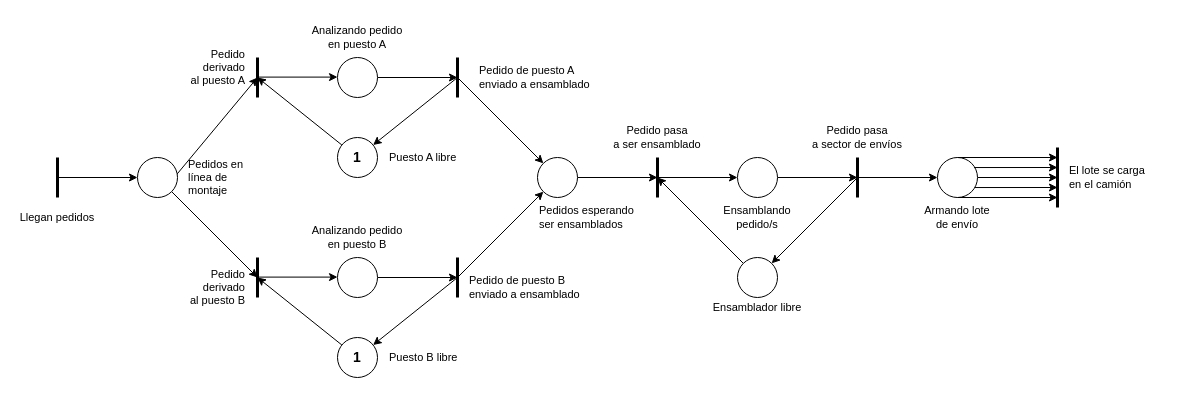
The draw.io diagram RP_9.drawio in mvalleym/ing_software1, before the edit. Source tidied: cells renumbered, new cells numbered last; positions are measured from the earlier drawing's top-left corner, leaving out a move shared by most shapes. Both pictures are drawn from the tidied source at 100%, with x=0, y=0 at pixel (17, 17).
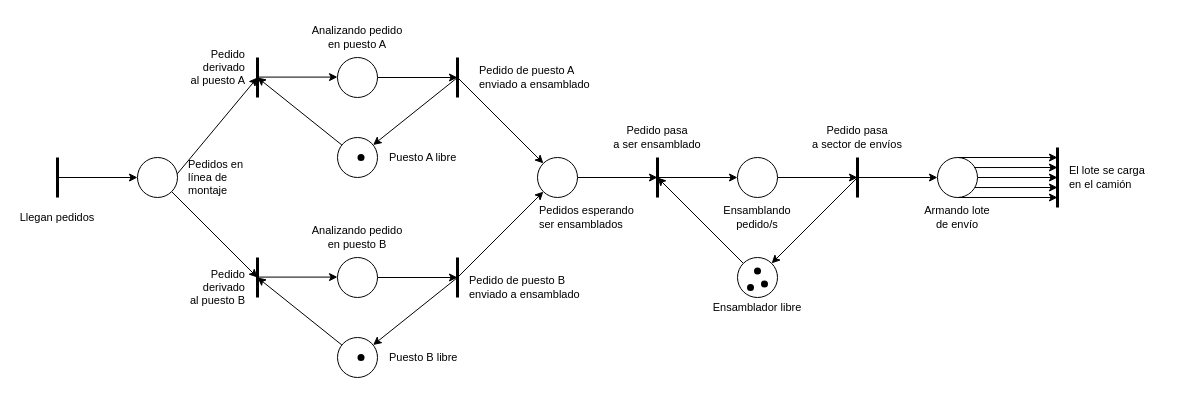
The same diagram, later.

The edit, as a diff of the source:
```diff
@@
-    <mxCell id="52" value="&lt;div align=&quot;center&quot;&gt;1&lt;/div&gt;" style="text;html=1;strokeColor=none;fillColor=none;align=center;verticalAlign=middle;whiteSpace=wrap;rounded=0;fontSize=14;fontStyle=1;" parent="1" vertex="1">
-      <mxGeometry x="320" y="320" width="40" height="40" as="geometry" />
-    </mxCell>
@@
-    <mxCell id="61" value="&lt;div align=&quot;center&quot;&gt;1&lt;/div&gt;" style="text;html=1;strokeColor=none;fillColor=none;align=center;verticalAlign=middle;whiteSpace=wrap;rounded=0;fontSize=14;fontStyle=1;" parent="1" vertex="1">
-      <mxGeometry x="320" y="120" width="40" height="40" as="geometry" />
-    </mxCell>
+    <mxCell id="62" style="ellipse;whiteSpace=wrap;html=1;fillColor=#000000;strokeColor=none;" parent="1" vertex="1">
+      <mxGeometry x="736.5" y="250" width="7" height="7" as="geometry" />
+    </mxCell>
+    <mxCell id="63" style="ellipse;whiteSpace=wrap;html=1;fillColor=#000000;strokeColor=none;" parent="1" vertex="1">
+      <mxGeometry x="729.5" y="266.5" width="7" height="7" as="geometry" />
+    </mxCell>
+    <mxCell id="64" style="ellipse;whiteSpace=wrap;html=1;fillColor=#000000;strokeColor=none;" parent="1" vertex="1">
+      <mxGeometry x="743.5" y="263" width="7" height="7" as="geometry" />
+    </mxCell>
+    <mxCell id="65" style="ellipse;whiteSpace=wrap;html=1;fillColor=#000000;strokeColor=none;" parent="1" vertex="1">
+      <mxGeometry x="340" y="336.5" width="7" height="7" as="geometry" />
+    </mxCell>
+    <mxCell id="66" style="ellipse;whiteSpace=wrap;html=1;fillColor=#000000;strokeColor=none;" parent="1" vertex="1">
+      <mxGeometry x="340" y="136.5" width="7" height="7" as="geometry" />
+    </mxCell>
```
